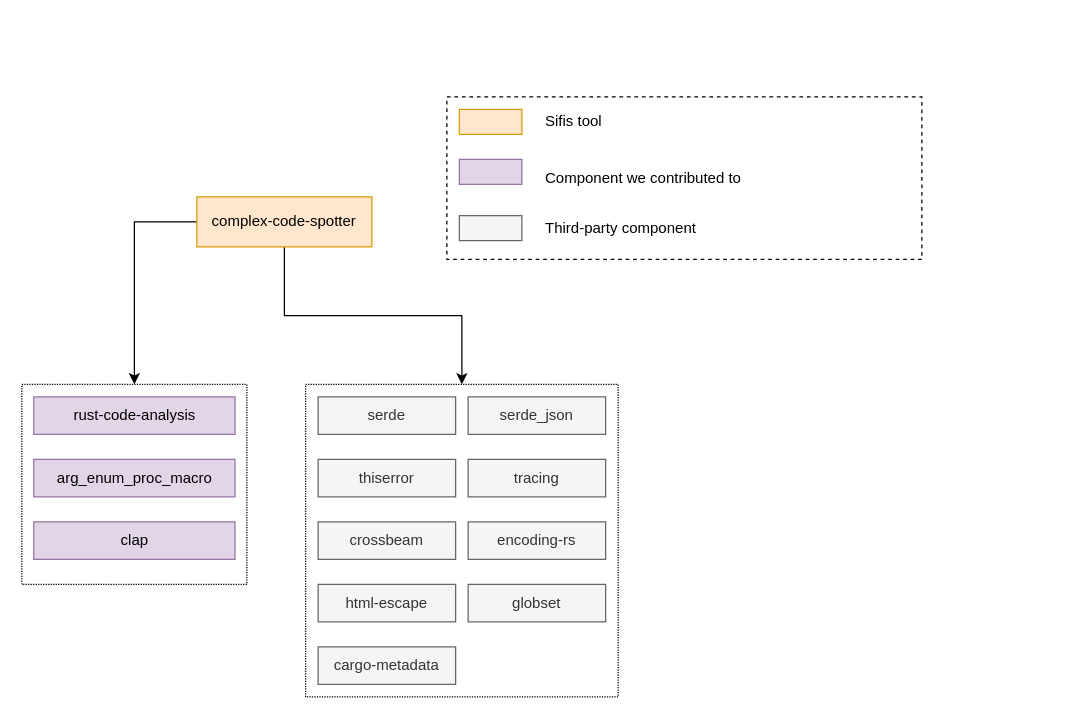
Before: wp2-deliverable-2.3/resources/complex-code-spotter-dependencies.drawio in sifis-home/wp2-documents, a draw.io diagram. Source tidied: cells renumbered, new cells numbered last; positions are measured from the earlier drawing's top-left corner, leaving out a move shared by most shapes. Both pictures are drawn from the tidied source at 125%, with x=0, y=0 at pixel (21, 96).
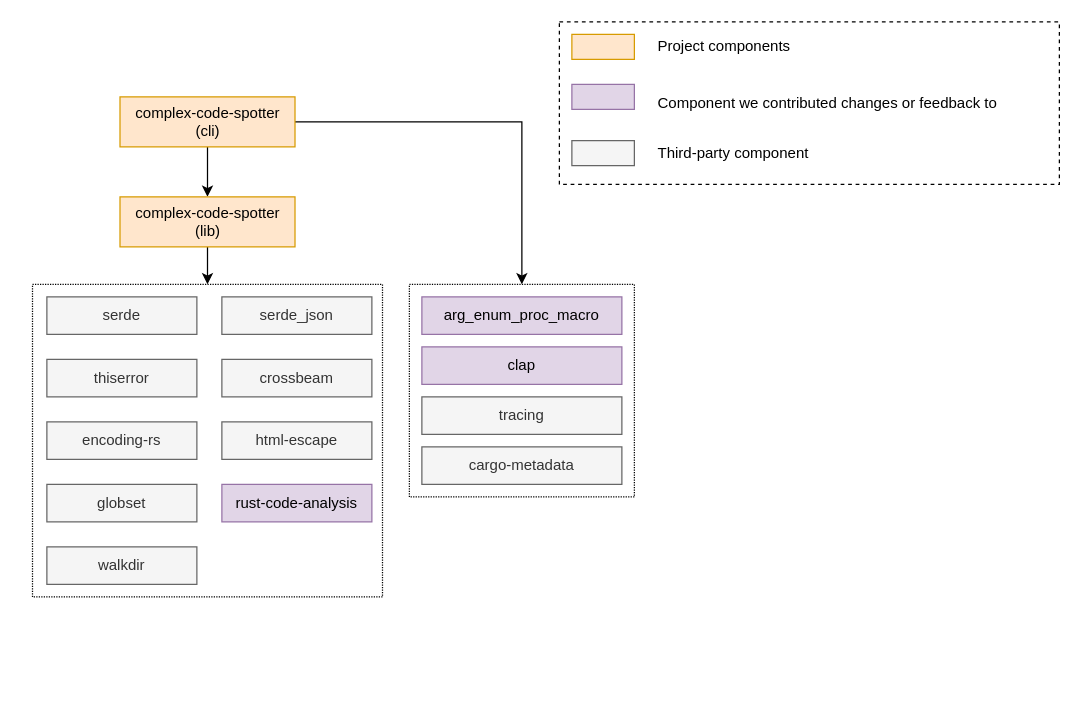
After the change.

Diff of the diagram source:
```diff
@@
     <mxCell id="2" style="rounded=0;whiteSpace=wrap;html=1;fillColor=none;dashed=1;dashPattern=1 1;" parent="1" vertex="1">
-      <mxGeometry y="230" width="180" height="160" as="geometry" />
+      <mxGeometry x="310" y="150" width="180" height="170" as="geometry" />
     </mxCell>
     <mxCell id="3" style="rounded=0;whiteSpace=wrap;html=1;fillColor=none;dashed=1;dashPattern=1 1;" parent="1" vertex="1">
-      <mxGeometry x="227" y="230" width="250" height="250" as="geometry" />
+      <mxGeometry x="8.5" y="150" width="280" height="250" as="geometry" />
     </mxCell>
     <mxCell id="4" value="rust-code-analysis" style="rounded=0;whiteSpace=wrap;html=1;fillColor=#e1d5e7;strokeColor=#9673a6;" parent="1" vertex="1">
-      <mxGeometry x="9.5" y="240" width="161" height="30" as="geometry" />
+      <mxGeometry x="160" y="310" width="120" height="30" as="geometry" />
     </mxCell>
     <mxCell id="5" value="serde" style="rounded=0;whiteSpace=wrap;html=1;fillColor=#f5f5f5;fontColor=#333333;strokeColor=#666666;" parent="1" vertex="1">
-      <mxGeometry x="237" y="240" width="110" height="30" as="geometry" />
+      <mxGeometry x="20" y="160" width="120" height="30" as="geometry" />
     </mxCell>
     <mxCell id="6" value="serde_json" style="rounded=0;whiteSpace=wrap;html=1;fillColor=#f5f5f5;fontColor=#333333;strokeColor=#666666;" parent="1" vertex="1">
-      <mxGeometry x="357" y="240" width="110" height="30" as="geometry" />
+      <mxGeometry x="160" y="160" width="120" height="30" as="geometry" />
     </mxCell>
     <mxCell id="7" value="tracing" style="rounded=0;whiteSpace=wrap;html=1;fillColor=#f5f5f5;fontColor=#333333;strokeColor=#666666;" parent="1" vertex="1">
-      <mxGeometry x="357" y="290" width="110" height="30" as="geometry" />
+      <mxGeometry x="320" y="240" width="160" height="30" as="geometry" />
     </mxCell>
     <mxCell id="8" value="thiserror" style="rounded=0;whiteSpace=wrap;html=1;fillColor=#f5f5f5;fontColor=#333333;strokeColor=#666666;" parent="1" vertex="1">
-      <mxGeometry x="237" y="290" width="110" height="30" as="geometry" />
+      <mxGeometry x="20" y="210" width="120" height="30" as="geometry" />
     </mxCell>
     <mxCell id="9" value="crossbeam" style="rounded=0;whiteSpace=wrap;html=1;fillColor=#f5f5f5;fontColor=#333333;strokeColor=#666666;" parent="1" vertex="1">
-      <mxGeometry x="237" y="340" width="110" height="30" as="geometry" />
+      <mxGeometry x="160" y="210" width="120" height="30" as="geometry" />
     </mxCell>
+    <mxCell id="27" style="edgeStyle=orthogonalEdgeStyle;rounded=0;jettySize=auto;html=1;exitX=0.5;exitY=1;exitDx=0;exitDy=0;entryX=0.5;entryY=0;entryDx=0;entryDy=0;" parent="1" edge="1" source="12" target="29">
+      <mxGeometry relative="1" as="geometry" />
+    </mxCell>
-    <mxCell id="10" style="edgeStyle=orthogonalEdgeStyle;rounded=0;jettySize=auto;html=1;exitX=0;exitY=0.5;exitDx=0;exitDy=0;entryX=0.5;entryY=0;entryDx=0;entryDy=0;" parent="1" edge="1" source="12" target="2">
+    <mxCell id="10" style="edgeStyle=orthogonalEdgeStyle;rounded=0;jettySize=auto;html=1;exitX=1;exitY=0.5;exitDx=0;exitDy=0;entryX=0.5;entryY=0;entryDx=0;entryDy=0;" parent="1" edge="1" source="12" target="2">
       <mxGeometry relative="1" as="geometry" />
     </mxCell>
-    <mxCell id="11" style="edgeStyle=orthogonalEdgeStyle;rounded=0;jettySize=auto;html=1;exitX=0.5;exitY=1;exitDx=0;exitDy=0;entryX=0.5;entryY=0;entryDx=0;entryDy=0;" parent="1" edge="1" source="12" target="3">
-      <mxGeometry relative="1" as="geometry" />
-    </mxCell>
-    <mxCell id="12" value="complex-code-spotter" style="rounded=0;whiteSpace=wrap;html=1;fillColor=#ffe6cc;strokeColor=#d79b00;flipV=1;flipH=0;" parent="1" vertex="1">
-      <mxGeometry x="140" y="80" width="140" height="40" as="geometry" />
+    <mxCell id="12" value="&lt;div&gt;complex-code-spotter&lt;/div&gt;&lt;div&gt;(cli)&lt;/div&gt;" style="rounded=0;whiteSpace=wrap;html=1;fillColor=#ffe6cc;strokeColor=#d79b00;flipV=1;flipH=0;" parent="1" vertex="1">
+      <mxGeometry x="78.5" width="140" height="40" as="geometry" />
     </mxCell>
     <mxCell id="13" value="encoding-rs" style="rounded=0;whiteSpace=wrap;html=1;fillColor=#f5f5f5;fontColor=#333333;strokeColor=#666666;" parent="1" vertex="1">
-      <mxGeometry x="357" y="340" width="110" height="30" as="geometry" />
+      <mxGeometry x="20" y="260" width="120" height="30" as="geometry" />
     </mxCell>
     <mxCell id="14" value="html-escape" style="rounded=0;whiteSpace=wrap;html=1;fillColor=#f5f5f5;fontColor=#333333;strokeColor=#666666;" parent="1" vertex="1">
-      <mxGeometry x="237" y="390" width="110" height="30" as="geometry" />
+      <mxGeometry x="160" y="260" width="120" height="30" as="geometry" />
     </mxCell>
     <mxCell id="15" value="globset" style="rounded=0;whiteSpace=wrap;html=1;fillColor=#f5f5f5;fontColor=#333333;strokeColor=#666666;" parent="1" vertex="1">
-      <mxGeometry x="357" y="390" width="110" height="30" as="geometry" />
+      <mxGeometry x="20" y="310" width="120" height="30" as="geometry" />
     </mxCell>
     <mxCell id="16" value="arg_enum_proc_macro" style="rounded=0;whiteSpace=wrap;html=1;fillColor=#e1d5e7;strokeColor=#9673a6;" parent="1" vertex="1">
-      <mxGeometry x="9.5" y="290" width="161" height="30" as="geometry" />
+      <mxGeometry x="320" y="160" width="160" height="30" as="geometry" />
     </mxCell>
     <mxCell id="17" value="clap" style="rounded=0;whiteSpace=wrap;html=1;fillColor=#e1d5e7;strokeColor=#9673a6;" parent="1" vertex="1">
-      <mxGeometry x="9.5" y="340" width="161" height="30" as="geometry" />
+      <mxGeometry x="320" y="200" width="160" height="30" as="geometry" />
     </mxCell>
     <mxCell id="18" value="cargo-metadata" style="rounded=0;whiteSpace=wrap;html=1;fillColor=#f5f5f5;fontColor=#333333;strokeColor=#666666;" parent="1" vertex="1">
-      <mxGeometry x="237" y="440" width="110" height="30" as="geometry" />
+      <mxGeometry x="320" y="280" width="160" height="30" as="geometry" />
     </mxCell>
     <mxCell id="19" style="group;" parent="1" vertex="1">
-      <mxGeometry x="340" width="380" height="130" as="geometry" />
+      <mxGeometry x="430" y="-60" width="400" height="130" as="geometry" />
     </mxCell>
     <mxCell id="20" style="rounded=0;whiteSpace=wrap;html=1;dashed=1;fillColor=none;" parent="19" vertex="1">
-      <mxGeometry width="380" height="130" as="geometry" />
+      <mxGeometry width="400" height="130" as="geometry" />
     </mxCell>
@@
-    <mxCell id="22" value="Sifis tool" style="text;html=1;strokeColor=none;fillColor=none;align=left;verticalAlign=middle;whiteSpace=wrap;rounded=0;" parent="19" vertex="1">
+    <mxCell id="22" value="Project components" style="text;html=1;strokeColor=none;fillColor=none;align=left;verticalAlign=middle;whiteSpace=wrap;rounded=0;" parent="19" vertex="1">
       <mxGeometry x="77" y="5" width="213" height="30" as="geometry" />
     </mxCell>
@@
-    <mxCell id="24" value="Component we contributed to" style="text;html=1;strokeColor=none;fillColor=none;align=left;verticalAlign=middle;whiteSpace=wrap;rounded=0;" parent="19" vertex="1">
-      <mxGeometry x="77" y="50" width="213" height="30" as="geometry" />
+    <mxCell id="24" value="Component we contributed changes or feedback to" style="text;html=1;strokeColor=none;fillColor=none;align=left;verticalAlign=middle;whiteSpace=wrap;rounded=0;" parent="19" vertex="1">
+      <mxGeometry x="77" y="50" width="323" height="30" as="geometry" />
     </mxCell>
@@
+    <mxCell id="28" style="edgeStyle=orthogonalEdgeStyle;rounded=0;jettySize=auto;html=1;entryX=0.5;entryY=0;entryDx=0;entryDy=0;" parent="1" edge="1" source="29" target="3">
+      <mxGeometry relative="1" as="geometry" />
+    </mxCell>
+    <mxCell id="29" value="&lt;div&gt;complex-code-spotter&lt;/div&gt;&lt;div&gt;(lib)&lt;/div&gt;" style="rounded=0;whiteSpace=wrap;html=1;fillColor=#ffe6cc;strokeColor=#d79b00;flipV=1;flipH=0;" parent="1" vertex="1">
+      <mxGeometry x="78.5" y="80" width="140" height="40" as="geometry" />
+    </mxCell>
+    <mxCell id="30" value="walkdir" style="rounded=0;whiteSpace=wrap;html=1;fillColor=#f5f5f5;fontColor=#333333;strokeColor=#666666;" parent="1" vertex="1">
+      <mxGeometry x="20" y="360" width="120" height="30" as="geometry" />
+    </mxCell>
```
